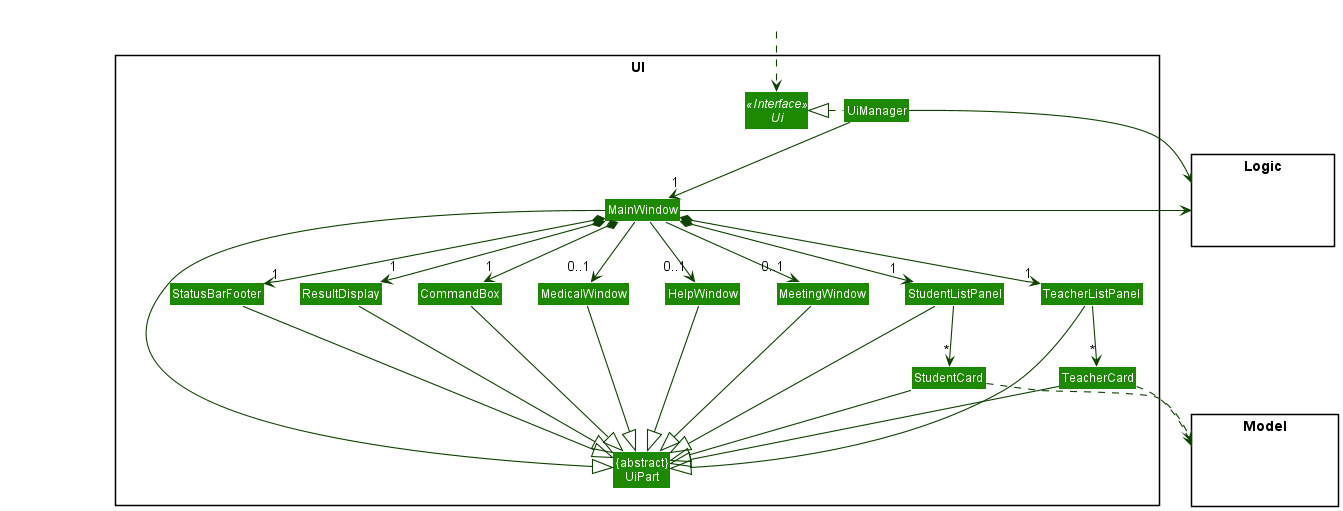
This is docs/images/UiClassDiagram.png from random689/tp, a PlantUML export, as it was before one commit.
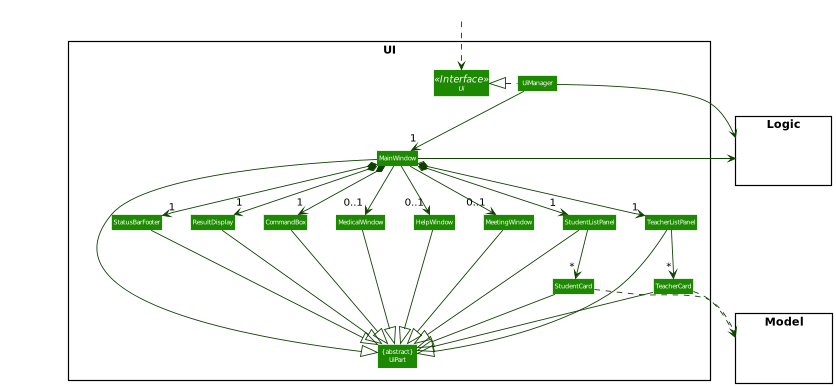
The same file after the commit.

Commit message:
Increase size of Ui diagram

What changed in the source:
```diff
@@ -3,6 +3,7 @@
 skinparam arrowThickness 1.1
 skinparam arrowColor UI_COLOR_T4
 skinparam classBackgroundColor UI_COLOR
+skinparam classFontSize 8
 
 package UI <<Rectangle>> {
 Interface Ui <<Interface>>
@@ -44,7 +45,6 @@
 MainWindow --> "0..1" MedicalWindow
 
 StudentListPanel -down-> "*" StudentCard
-
 TeacherListPanel -down-> "*" TeacherCard
 
 MainWindow -left-|> UiPart
@@ -60,8 +60,8 @@
 MeetingWindow --|> UiPart
 MedicalWindow --|> UiPart
 
-StudentCard ..> Model
-TeacherCard ..> Model
+StudentCard .down.> Model
+TeacherCard .down.> Model
 UiManager -right-> Logic
 MainWindow -left-> Logic
 
```
